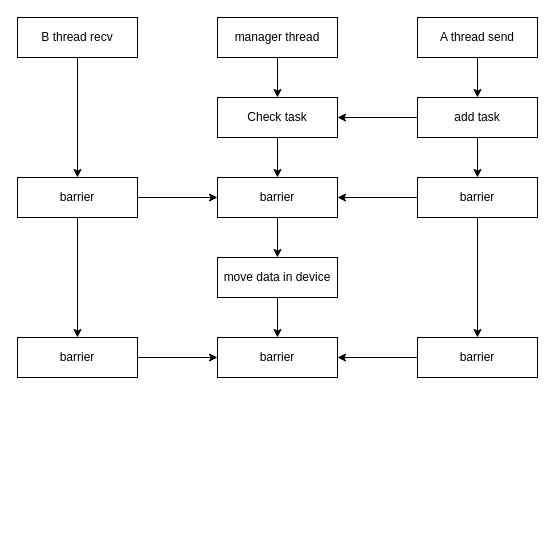
Before: TCCL/TCCLSendRecv.drawio in BEYHHH/SBLP, a draw.io diagram. Source tidied: cells renumbered, new cells numbered last; positions are measured from the earlier drawing's top-left corner, leaving out a move shared by most shapes. Both pictures are drawn from the tidied source at 100%, with x=0, y=0 at pixel (17, 17).
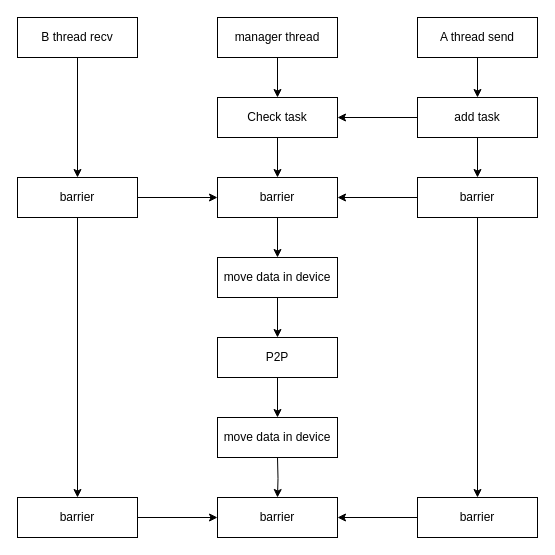
After the change.

Unchanged cells that the change refers to:
```xml
<mxCell id="19" value="move data in device" style="rounded=0;whiteSpace=wrap;html=1;" parent="1" vertex="1">
  <mxGeometry x="200" y="240" width="120" height="40" as="geometry" />
</mxCell>
```

The edit, as a diff of the source:
```diff
@@
-    <mxCell id="18" style="edgeStyle=orthogonalEdgeStyle;rounded=0;jettySize=auto;html=1;" parent="1" edge="1" source="19" target="27">
-      <mxGeometry relative="1" as="geometry" />
+    <mxCell id="18" style="edgeStyle=orthogonalEdgeStyle;rounded=0;jettySize=auto;html=1;" parent="1" edge="1" target="27">
+      <mxGeometry relative="1" as="geometry">
+        <mxPoint x="260" y="440" as="sourcePoint" />
+      </mxGeometry>
     </mxCell>
+    <mxCell id="28" style="edgeStyle=orthogonalEdgeStyle;rounded=0;jettySize=auto;html=1;" parent="1" edge="1" source="19" target="30">
+      <mxGeometry relative="1" as="geometry" />
+    </mxCell>
@@
     <mxCell id="24" value="barrier" style="rounded=0;whiteSpace=wrap;html=1;" parent="1" vertex="1">
-      <mxGeometry y="320" width="120" height="40" as="geometry" />
+      <mxGeometry y="480" width="120" height="40" as="geometry" />
     </mxCell>
@@
     <mxCell id="26" value="barrier" style="rounded=0;whiteSpace=wrap;html=1;" parent="1" vertex="1">
-      <mxGeometry x="400" y="320" width="120" height="40" as="geometry" />
+      <mxGeometry x="400" y="480" width="120" height="40" as="geometry" />
     </mxCell>
     <mxCell id="27" value="barrier" style="rounded=0;whiteSpace=wrap;html=1;" parent="1" vertex="1">
-      <mxGeometry x="200" y="320" width="120" height="40" as="geometry" />
+      <mxGeometry x="200" y="480" width="120" height="40" as="geometry" />
     </mxCell>
+    <mxCell id="29" style="edgeStyle=orthogonalEdgeStyle;rounded=0;jettySize=auto;html=1;" parent="1" edge="1" source="30" target="31">
+      <mxGeometry relative="1" as="geometry" />
+    </mxCell>
+    <mxCell id="30" value="P2P" style="rounded=0;whiteSpace=wrap;html=1;" parent="1" vertex="1">
+      <mxGeometry x="200" y="320" width="120" height="40" as="geometry" />
+    </mxCell>
+    <mxCell id="31" value="move data in device" style="rounded=0;whiteSpace=wrap;html=1;" parent="1" vertex="1">
+      <mxGeometry x="200" y="400" width="120" height="40" as="geometry" />
+    </mxCell>
```
